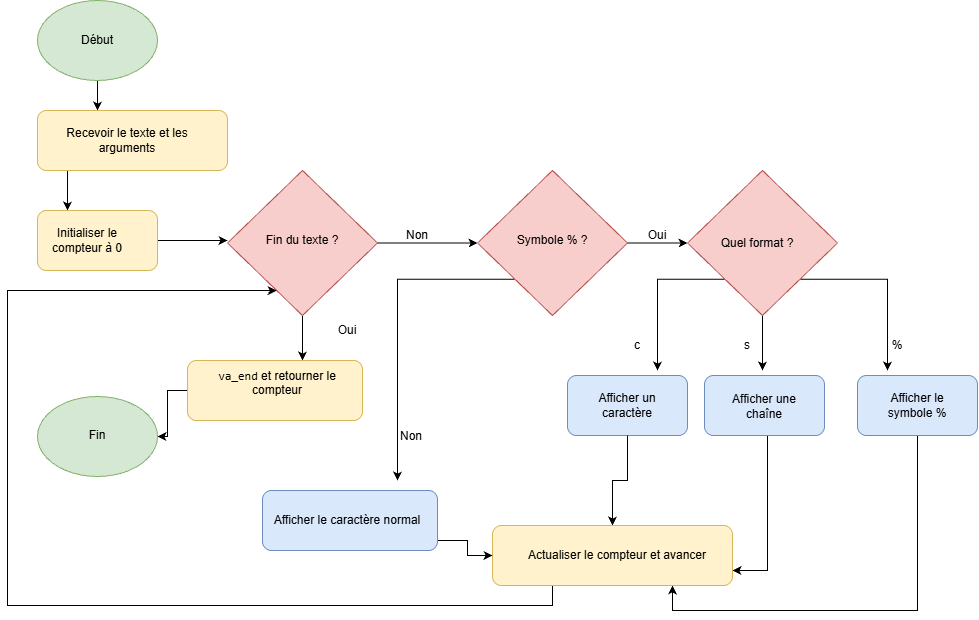
This is Projet printf.drawio.png from CarlaDub/holbertonschool-printf, a draw.io export, as it was before one commit. Source tidied: cells renumbered, new cells last; positions are measured from the earlier drawing's top-left corner, leaving out a move shared by most shapes.
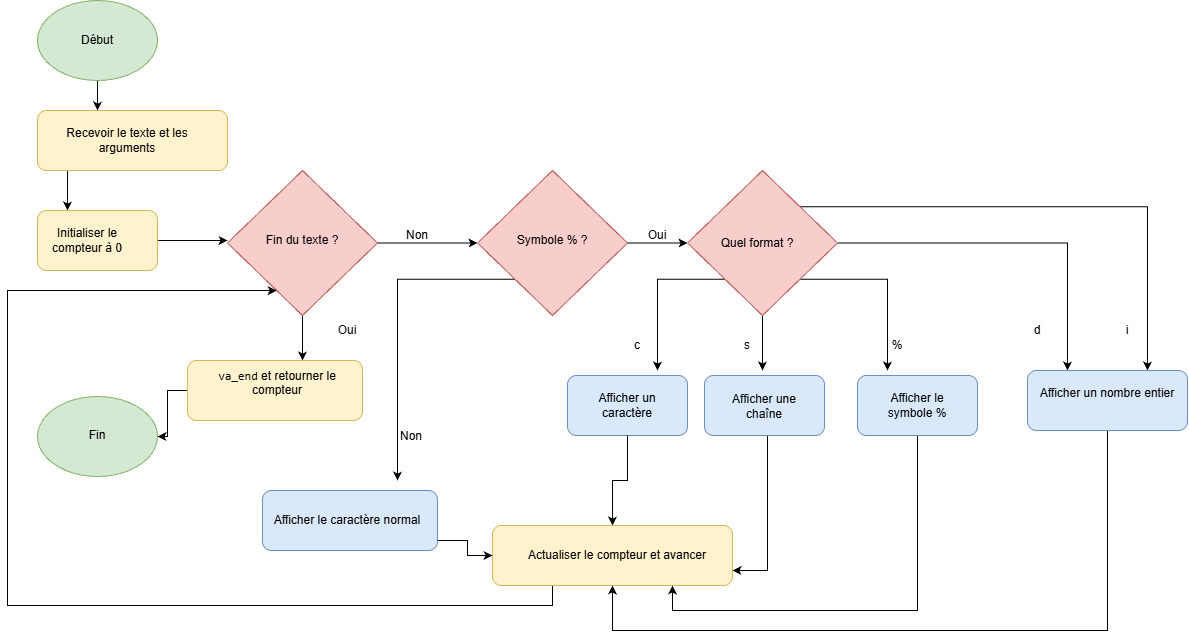
The same diagram one commit later.

Commit message:
Mettre à jour Projet printf.drawio.png

What changed in the source:
```diff
@@ -96,6 +96,12 @@
         <mxPoint x="755" y="370" as="targetPoint" />
       </mxGeometry>
     </mxCell>
+    <mxCell id="51" style="edgeStyle=orthogonalEdgeStyle;rounded=0;jettySize=auto;html=1;exitX=1;exitY=0.5;exitDx=0;exitDy=0;defaultLabelBackgroundColor=page;labelPadding=0 4;entryX=0.25;entryY=0;entryDx=0;entryDy=0;" parent="1" edge="1" source="27" target="54">
+      <mxGeometry x="0.09" relative="1" as="geometry" />
+    </mxCell>
+    <mxCell id="52" style="edgeStyle=orthogonalEdgeStyle;rounded=0;jettySize=auto;html=1;exitX=1;exitY=0;exitDx=0;exitDy=0;defaultLabelBackgroundColor=page;labelPadding=0 4;entryX=0.75;entryY=0;entryDx=0;entryDy=0;" parent="1" edge="1" source="27" target="54">
+      <mxGeometry x="-0.12" relative="1" as="geometry" />
+    </mxCell>
     <mxCell id="27" style="rhombus;whiteSpace=wrap;html=1;shapeInside=1;fillColor=#f8cecc;strokeColor=#b85450;" parent="1" vertex="1">
       <mxGeometry x="680" y="170" width="150" height="145" as="geometry" />
     </mxCell>
@@ -189,5 +195,22 @@
     <mxCell id="50" value="Fin" style="text;html=1;whiteSpace=wrap;strokeColor=none;fillColor=none;align=center;verticalAlign=middle;rounded=0;" parent="1" vertex="1">
       <mxGeometry x="60" y="420" width="60" height="30" as="geometry" />
     </mxCell>
+    <mxCell id="53" style="edgeStyle=orthogonalEdgeStyle;rounded=0;jettySize=auto;html=1;exitX=0.5;exitY=1;exitDx=0;exitDy=0;defaultLabelBackgroundColor=page;labelPadding=0 4;entryX=0.5;entryY=1;entryDx=0;entryDy=0;" parent="1" edge="1" source="54" target="42">
+      <mxGeometry x="-0.64" relative="1" as="geometry">
+        <Array as="points">
+          <mxPoint x="1100" y="630" />
+          <mxPoint x="605" y="630" />
+        </Array>
+      </mxGeometry>
+    </mxCell>
+    <mxCell id="54" value="&#10;Afficher un nombre entier&#10;&#10;" style="rounded=1;whiteSpace=wrap;html=1;roundedPerimeter=1;fillColor=#dae8fc;strokeColor=#6c8ebf;" parent="1" vertex="1">
+      <mxGeometry x="1020" y="370" width="160" height="60" as="geometry" />
+    </mxCell>
+    <mxCell id="55" value="d" style="text;html=1;whiteSpace=wrap;strokeColor=none;fillColor=none;align=center;verticalAlign=middle;rounded=0;" parent="1" vertex="1">
+      <mxGeometry x="1000" y="315" width="60" height="30" as="geometry" />
+    </mxCell>
+    <mxCell id="56" value="i" style="text;html=1;whiteSpace=wrap;strokeColor=none;fillColor=none;align=center;verticalAlign=middle;rounded=0;" parent="1" vertex="1">
+      <mxGeometry x="1090" y="315" width="60" height="30" as="geometry" />
+    </mxCell>
   </root>
 </mxGraphModel>
```
